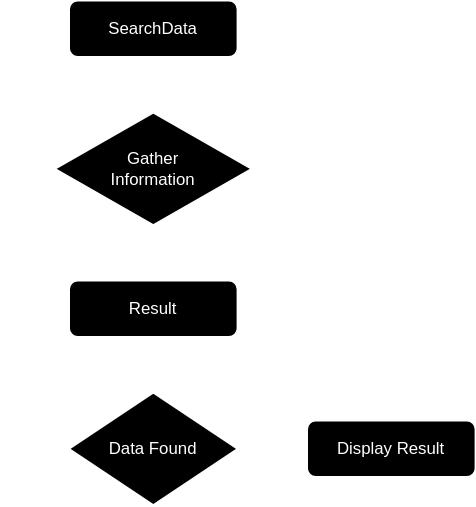
Before: assets/main-algo-diagram.svg, a diagram exported from draw.io (gastonchenet/hopmytrack). Source tidied: cells renumbered, new cells last; positions are measured from the earlier drawing's top-left corner, leaving out a move shared by most shapes. The source it was exported from:
```xml
<mxGraphModel>
  <root>
    <mxCell id="0" />
    <mxCell id="1" parent="0" />
    <mxCell id="2" style="rounded=0;html=1;jettySize=auto;fontSize=11;endArrow=block;endFill=0;endSize=8;strokeWidth=1;shadow=0;labelBackgroundColor=none;edgeStyle=orthogonalEdgeStyle;entryX=0.5;entryY=0;entryDx=0;entryDy=0;" parent="1" edge="1" source="3" target="4">
      <mxGeometry relative="1" as="geometry" />
    </mxCell>
    <mxCell id="3" value="SearchData" style="rounded=1;whiteSpace=wrap;html=1;fontSize=12;glass=0;strokeWidth=1;shadow=0;" parent="1" vertex="1">
      <mxGeometry x="40" width="120" height="40" as="geometry" />
    </mxCell>
    <mxCell id="4" value="Gather&lt;div&gt;Information&lt;/div&gt;" style="rhombus;whiteSpace=wrap;html=1;" parent="1" vertex="1">
      <mxGeometry x="30" y="80" width="140" height="80" as="geometry" />
    </mxCell>
    <mxCell id="5" value="Result" style="rounded=1;whiteSpace=wrap;html=1;" parent="1" vertex="1">
      <mxGeometry x="40" y="200" width="120" height="40" as="geometry" />
    </mxCell>
    <mxCell id="6" style="rounded=0;html=1;jettySize=auto;fontSize=11;endArrow=block;endFill=0;endSize=8;strokeWidth=1;shadow=0;labelBackgroundColor=none;edgeStyle=orthogonalEdgeStyle;entryX=0.5;entryY=0;entryDx=0;entryDy=0;exitX=0.5;exitY=1;exitDx=0;exitDy=0;" parent="1" edge="1" source="4" target="5">
      <mxGeometry relative="1" as="geometry" />
    </mxCell>
    <mxCell id="7" value="Data Found" style="rhombus;whiteSpace=wrap;html=1;" parent="1" vertex="1">
      <mxGeometry x="40" y="280" width="120" height="80" as="geometry" />
    </mxCell>
    <mxCell id="8" style="rounded=0;html=1;jettySize=auto;fontSize=11;endArrow=block;endFill=0;endSize=8;strokeWidth=1;shadow=0;labelBackgroundColor=none;edgeStyle=orthogonalEdgeStyle;entryX=0.5;entryY=0;entryDx=0;entryDy=0;exitX=0.5;exitY=1;exitDx=0;exitDy=0;" parent="1" edge="1" source="5" target="7">
      <mxGeometry relative="1" as="geometry" />
    </mxCell>
    <mxCell id="9" style="rounded=0;html=1;jettySize=auto;fontSize=11;endArrow=block;endFill=0;endSize=8;strokeWidth=1;shadow=0;labelBackgroundColor=none;edgeStyle=orthogonalEdgeStyle;exitX=1;exitY=0.5;exitDx=0;exitDy=0;" parent="1" edge="1" source="7">
      <mxGeometry relative="1" as="geometry">
        <mxPoint x="210" y="320" as="targetPoint" />
      </mxGeometry>
    </mxCell>
    <mxCell id="10" value="Yes" style="text;html=1;align=center;verticalAlign=middle;whiteSpace=wrap;rounded=0;fontSize=8;" parent="1" vertex="1">
      <mxGeometry x="10" y="300" width="30" height="20" as="geometry" />
    </mxCell>
    <mxCell id="11" style="rounded=0;html=1;jettySize=auto;fontSize=11;endArrow=block;endFill=0;endSize=8;strokeWidth=1;shadow=0;labelBackgroundColor=none;edgeStyle=orthogonalEdgeStyle;entryX=0;entryY=0.5;entryDx=0;entryDy=0;" parent="1" edge="1" source="7" target="3">
      <mxGeometry relative="1" as="geometry">
        <Array as="points">
          <mxPoint y="320" />
          <mxPoint y="20" />
        </Array>
      </mxGeometry>
    </mxCell>
    <mxCell id="12" value="No" style="text;html=1;align=center;verticalAlign=middle;whiteSpace=wrap;rounded=0;fontSize=8;" parent="1" vertex="1">
      <mxGeometry x="160" y="300" width="30" height="20" as="geometry" />
    </mxCell>
    <mxCell id="13" value="Display Result" style="rounded=1;whiteSpace=wrap;html=1;" parent="1" vertex="1">
      <mxGeometry x="210" y="300" width="120" height="40" as="geometry" />
    </mxCell>
    <mxCell id="14" style="endArrow=classic;html=1;rounded=0;exitX=0;exitY=0.5;exitDx=0;exitDy=0;" parent="1" edge="1" source="5">
      <mxGeometry relative="1" as="geometry">
        <mxPoint y="220" as="targetPoint" />
      </mxGeometry>
    </mxCell>
  </root>
</mxGraphModel>
```
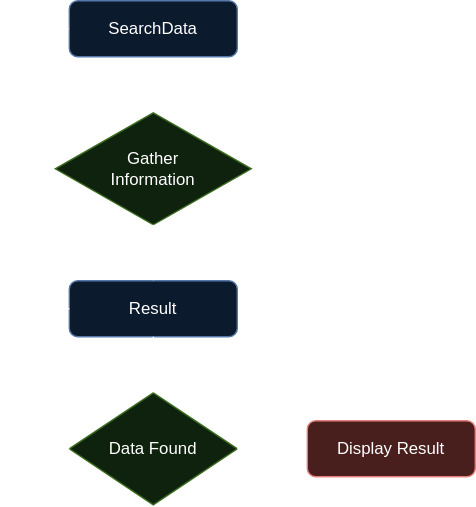
After the commit.

Change to the diagram source:
```diff
@@ -5,19 +5,19 @@
     <mxCell id="2" style="rounded=0;html=1;jettySize=auto;fontSize=11;endArrow=block;endFill=0;endSize=8;strokeWidth=1;shadow=0;labelBackgroundColor=none;edgeStyle=orthogonalEdgeStyle;entryX=0.5;entryY=0;entryDx=0;entryDy=0;" parent="1" edge="1" source="3" target="4">
       <mxGeometry relative="1" as="geometry" />
     </mxCell>
-    <mxCell id="3" value="SearchData" style="rounded=1;whiteSpace=wrap;html=1;fontSize=12;glass=0;strokeWidth=1;shadow=0;" parent="1" vertex="1">
+    <mxCell id="3" value="SearchData" style="rounded=1;whiteSpace=wrap;html=1;fontSize=12;glass=0;strokeWidth=1;shadow=0;fillColor=#dae8fc;strokeColor=#6c8ebf;" parent="1" vertex="1">
       <mxGeometry x="40" width="120" height="40" as="geometry" />
     </mxCell>
-    <mxCell id="4" value="Gather&lt;div&gt;Information&lt;/div&gt;" style="rhombus;whiteSpace=wrap;html=1;" parent="1" vertex="1">
+    <mxCell id="4" value="Gather&lt;div&gt;Information&lt;/div&gt;" style="rhombus;whiteSpace=wrap;html=1;fillColor=#d5e8d4;strokeColor=#82b366;" parent="1" vertex="1">
       <mxGeometry x="30" y="80" width="140" height="80" as="geometry" />
     </mxCell>
-    <mxCell id="5" value="Result" style="rounded=1;whiteSpace=wrap;html=1;" parent="1" vertex="1">
+    <mxCell id="5" value="Result" style="rounded=1;whiteSpace=wrap;html=1;fillColor=#dae8fc;strokeColor=#6c8ebf;" parent="1" vertex="1">
       <mxGeometry x="40" y="200" width="120" height="40" as="geometry" />
     </mxCell>
     <mxCell id="6" style="rounded=0;html=1;jettySize=auto;fontSize=11;endArrow=block;endFill=0;endSize=8;strokeWidth=1;shadow=0;labelBackgroundColor=none;edgeStyle=orthogonalEdgeStyle;entryX=0.5;entryY=0;entryDx=0;entryDy=0;exitX=0.5;exitY=1;exitDx=0;exitDy=0;" parent="1" edge="1" source="4" target="5">
       <mxGeometry relative="1" as="geometry" />
     </mxCell>
-    <mxCell id="7" value="Data Found" style="rhombus;whiteSpace=wrap;html=1;" parent="1" vertex="1">
+    <mxCell id="7" value="Data Found" style="rhombus;whiteSpace=wrap;html=1;fillColor=#d5e8d4;strokeColor=#82b366;" parent="1" vertex="1">
       <mxGeometry x="40" y="280" width="120" height="80" as="geometry" />
     </mxCell>
     <mxCell id="8" style="rounded=0;html=1;jettySize=auto;fontSize=11;endArrow=block;endFill=0;endSize=8;strokeWidth=1;shadow=0;labelBackgroundColor=none;edgeStyle=orthogonalEdgeStyle;entryX=0.5;entryY=0;entryDx=0;entryDy=0;exitX=0.5;exitY=1;exitDx=0;exitDy=0;" parent="1" edge="1" source="5" target="7">
@@ -42,10 +42,10 @@
     <mxCell id="12" value="No" style="text;html=1;align=center;verticalAlign=middle;whiteSpace=wrap;rounded=0;fontSize=8;" parent="1" vertex="1">
       <mxGeometry x="160" y="300" width="30" height="20" as="geometry" />
     </mxCell>
-    <mxCell id="13" value="Display Result" style="rounded=1;whiteSpace=wrap;html=1;" parent="1" vertex="1">
+    <mxCell id="13" value="Display Result" style="rounded=1;whiteSpace=wrap;html=1;fillColor=#f8cecc;strokeColor=#b85450;" parent="1" vertex="1">
       <mxGeometry x="210" y="300" width="120" height="40" as="geometry" />
     </mxCell>
-    <mxCell id="14" style="endArrow=classic;html=1;rounded=0;exitX=0;exitY=0.5;exitDx=0;exitDy=0;" parent="1" edge="1" source="5">
+    <mxCell id="14" style="endArrow=classic;html=1;rounded=0;exitX=0;exitY=0.5;exitDx=0;exitDy=0;strokeColor=default;" parent="1" edge="1" source="5">
       <mxGeometry relative="1" as="geometry">
         <mxPoint y="220" as="targetPoint" />
       </mxGeometry>
```
